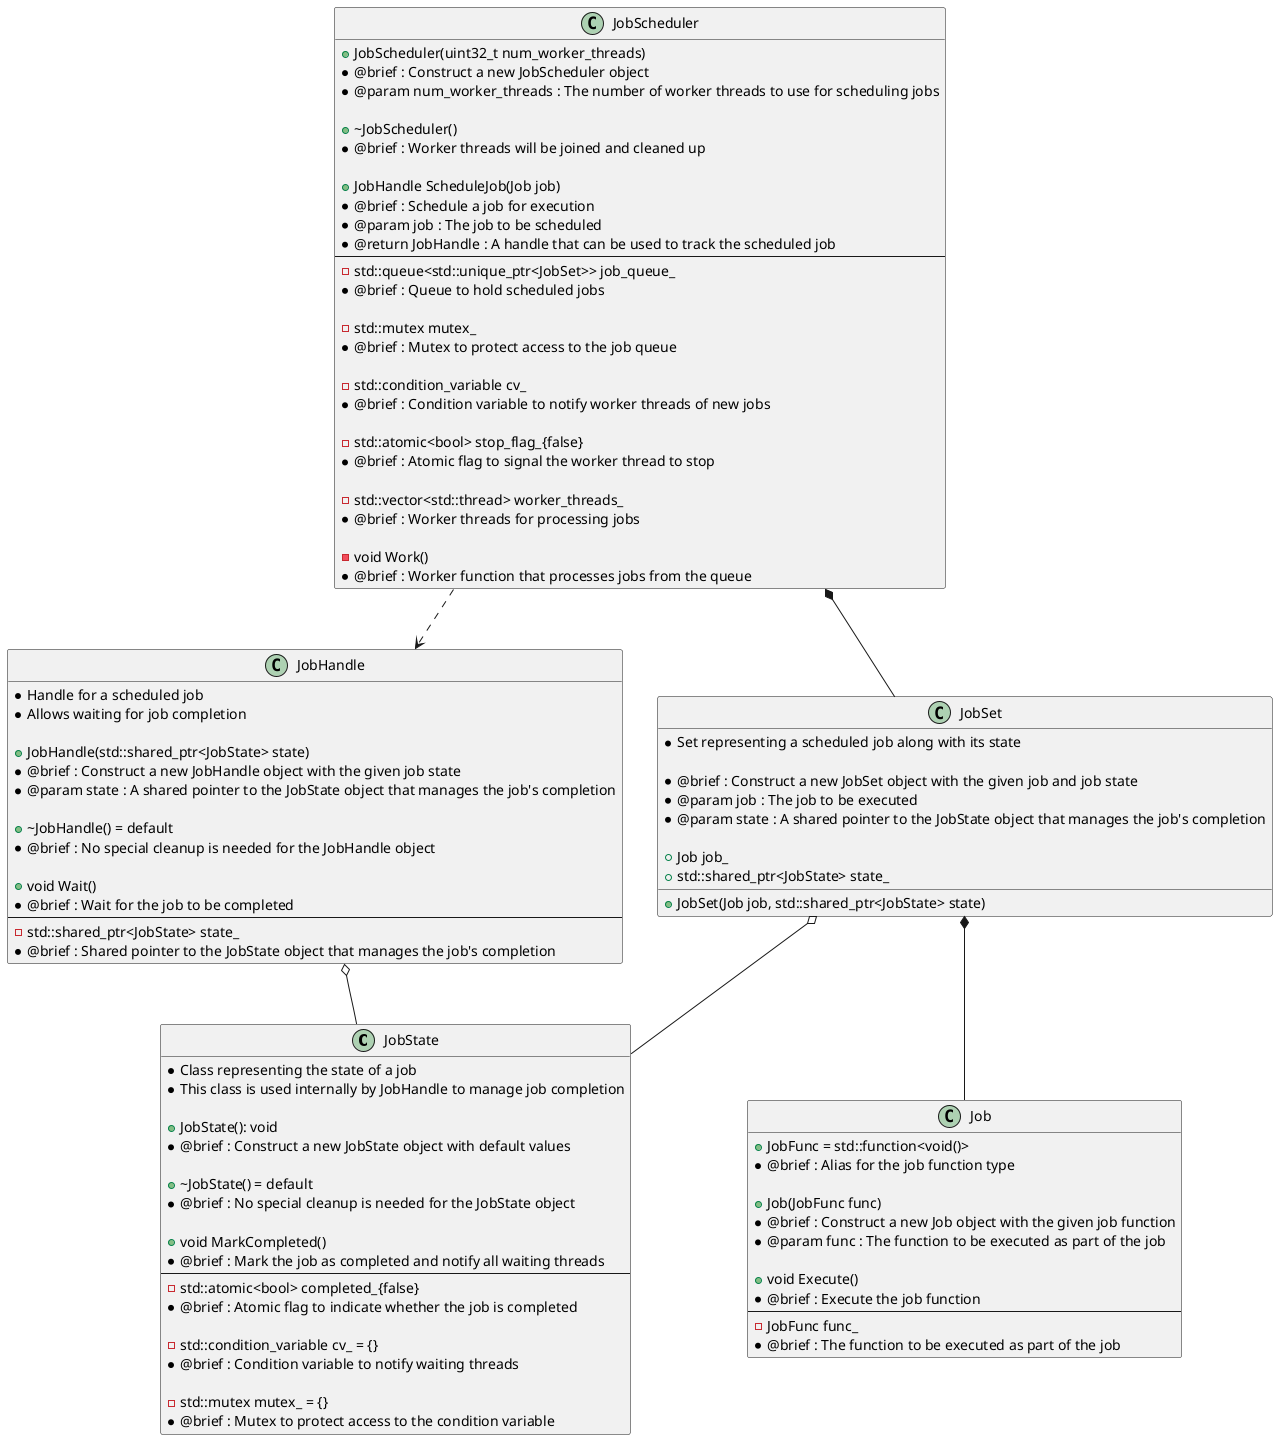
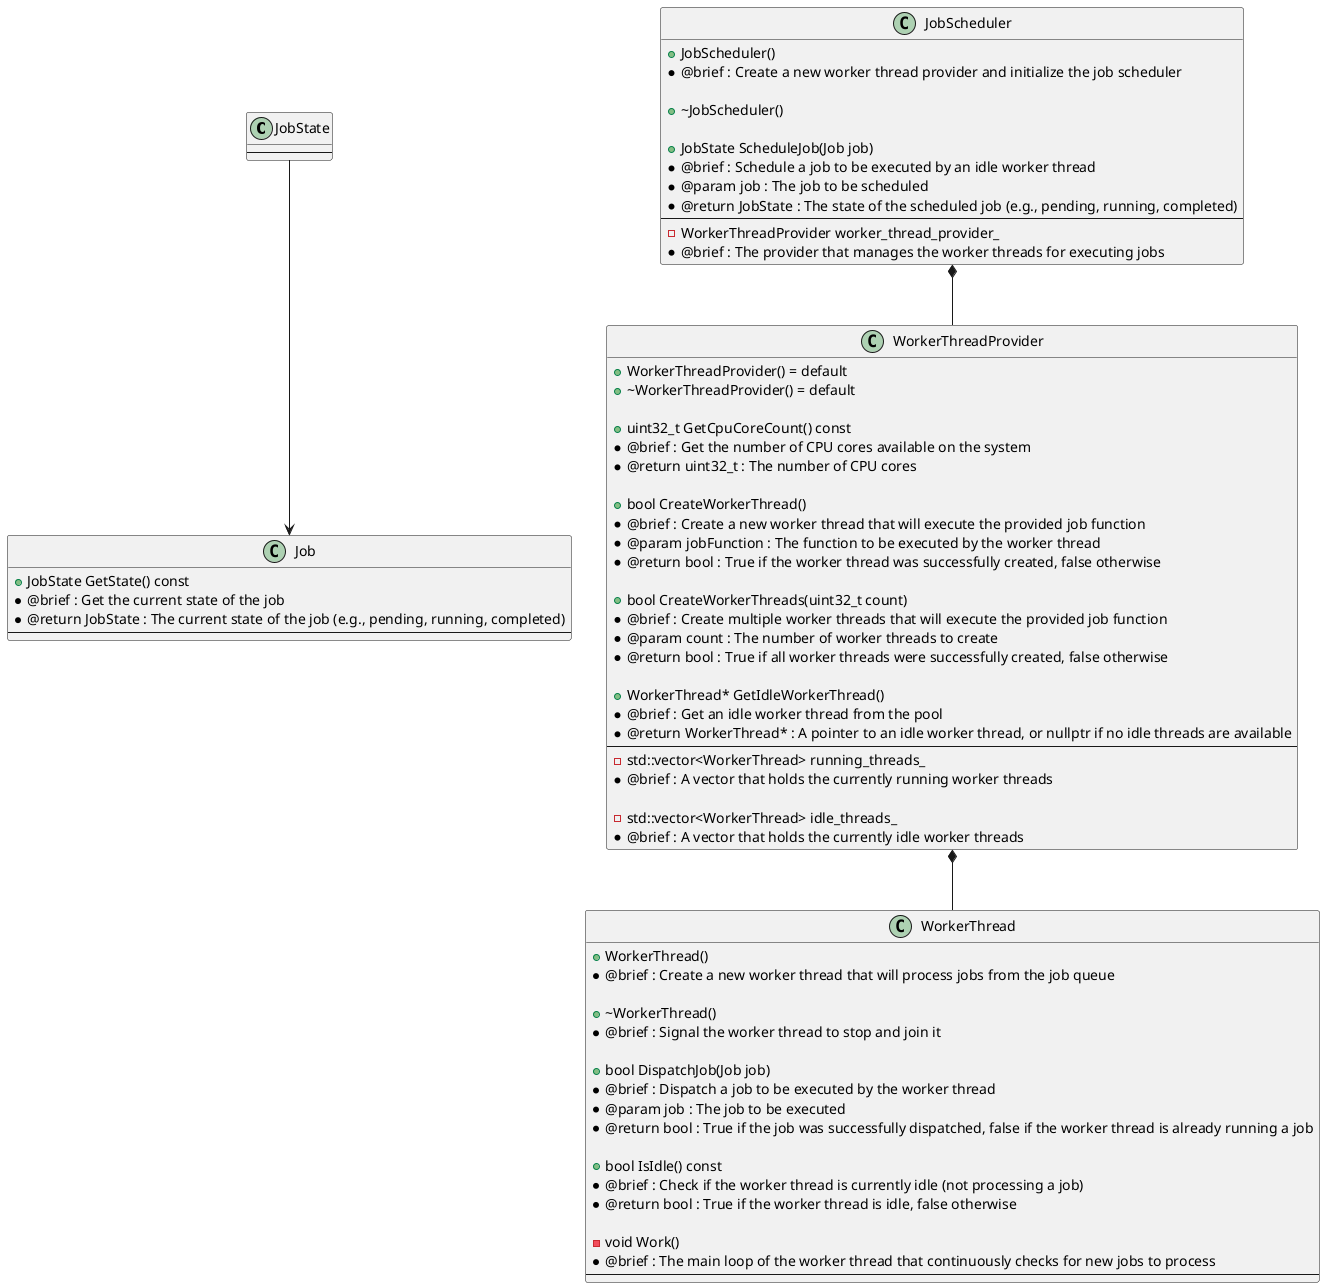
﻿@startuml

class JobState
{
-      * Class representing the state of a job
-      * This class is used internally by JobHandle to manage job completion
- 
-     + JobState(): void
-      * @brief : Construct a new JobState object with default values
- 
-     + ~JobState() = default
-      * @brief : No special cleanup is needed for the JobState object
- 
-     + void MarkCompleted()
-      * @brief : Mark the job as completed and notify all waiting threads
    ---
-     - std::atomic<bool> completed_{false}
-      * @brief : Atomic flag to indicate whether the job is completed
- 
-     - std::condition_variable cv_ = {}
-      * @brief : Condition variable to notify waiting threads
- 
-     - std::mutex mutex_ = {}
-      * @brief : Mutex to protect access to the condition variable
}
- 
- class JobHandle
- {
-     * Handle for a scheduled job
-     * Allows waiting for job completion
- 
-     + JobHandle(std::shared_ptr<JobState> state)
-     * @brief : Construct a new JobHandle object with the given job state
-     * @param state : A shared pointer to the JobState object that manages the job's completion
- 
-     + ~JobHandle() = default
-      * @brief : No special cleanup is needed for the JobHandle object
- 
-     + void Wait()
-      * @brief : Wait for the job to be completed
-     ---
-     - std::shared_ptr<JobState> state_
-      * @brief : Shared pointer to the JobState object that manages the job's completion
- }
- JobHandle o-- JobState
+ JobState --> Job

class Job
{
-     + JobFunc = std::function<void()>
-      * @brief : Alias for the job function type
- 
-     + Job(JobFunc func)
-      * @brief : Construct a new Job object with the given job function
-      * @param func : The function to be executed as part of the job
- 
-     + void Execute()
-      * @brief : Execute the job function
+     + JobState GetState() const
+      * @brief : Get the current state of the job
+      * @return JobState : The current state of the job (e.g., pending, running, completed)
    ---
-     - JobFunc func_
-      * @brief : The function to be executed as part of the job
}

- class JobSet
+ class WorkerThread
{
-      * Set representing a scheduled job along with its state
+     + WorkerThread()
+      * @brief : Create a new worker thread that will process jobs from the job queue

-     + JobSet(Job job, std::shared_ptr<JobState> state)
-      * @brief : Construct a new JobSet object with the given job and job state
+     + ~WorkerThread()
+      * @brief : Signal the worker thread to stop and join it
+ 
+     + bool DispatchJob(Job job)
+      * @brief : Dispatch a job to be executed by the worker thread
     * @param job : The job to be executed
-      * @param state : A shared pointer to the JobState object that manages the job's completion
+      * @return bool : True if the job was successfully dispatched, false if the worker thread is already running a job

-     + Job job_
-     + std::shared_ptr<JobState> state_
+     + bool IsIdle() const
+      * @brief : Check if the worker thread is currently idle (not processing a job)
+      * @return bool : True if the worker thread is idle, false otherwise
+ 
+     - void Work()
+      * @brief : The main loop of the worker thread that continuously checks for new jobs to process
+     ---
}
- JobSet *-- Job
- JobSet o-- JobState
+ 
+ class WorkerThreadProvider
+ {
+     + WorkerThreadProvider() = default
+     + ~WorkerThreadProvider() = default
+ 
+     + uint32_t GetCpuCoreCount() const
+      * @brief : Get the number of CPU cores available on the system
+      * @return uint32_t : The number of CPU cores
+ 
+     + bool CreateWorkerThread()
+      * @brief : Create a new worker thread that will execute the provided job function
+      * @param jobFunction : The function to be executed by the worker thread
+      * @return bool : True if the worker thread was successfully created, false otherwise
+ 
+     + bool CreateWorkerThreads(uint32_t count)
+      * @brief : Create multiple worker threads that will execute the provided job function
+      * @param count : The number of worker threads to create
+      * @return bool : True if all worker threads were successfully created, false otherwise
+ 
+     + WorkerThread* GetIdleWorkerThread()
+      * @brief : Get an idle worker thread from the pool
+      * @return WorkerThread* : A pointer to an idle worker thread, or nullptr if no idle threads are available
+     ---
+     - std::vector<WorkerThread> running_threads_
+      * @brief : A vector that holds the currently running worker threads
+ 
+     - std::vector<WorkerThread> idle_threads_
+      * @brief : A vector that holds the currently idle worker threads
+ }
+ WorkerThreadProvider *-- WorkerThread

class JobScheduler
{
-     + JobScheduler(uint32_t num_worker_threads)
-      * @brief : Construct a new JobScheduler object
-      * @param num_worker_threads : The number of worker threads to use for scheduling jobs
+     + JobScheduler()
+      * @brief : Create a new worker thread provider and initialize the job scheduler

    + ~JobScheduler()
-      * @brief : Worker threads will be joined and cleaned up

-     + JobHandle ScheduleJob(Job job)
-      * @brief : Schedule a job for execution
+     + JobState ScheduleJob(Job job)
+      * @brief : Schedule a job to be executed by an idle worker thread
     * @param job : The job to be scheduled
-      * @return JobHandle : A handle that can be used to track the scheduled job
+      * @return JobState : The state of the scheduled job (e.g., pending, running, completed)
    ---
-     - std::queue<std::unique_ptr<JobSet>> job_queue_
-      * @brief : Queue to hold scheduled jobs
+     - WorkerThreadProvider worker_thread_provider_
+      * @brief : The provider that manages the worker threads for executing jobs
+ }
+ JobScheduler *-- WorkerThreadProvider

-     - std::mutex mutex_
-      * @brief : Mutex to protect access to the job queue
- 
-     - std::condition_variable cv_
-      * @brief : Condition variable to notify worker threads of new jobs
- 
-     - std::atomic<bool> stop_flag_{false}
-      * @brief : Atomic flag to signal the worker thread to stop
- 
-     - std::vector<std::thread> worker_threads_
-      * @brief : Worker threads for processing jobs
- 
-     - void Work()
-      * @brief : Worker function that processes jobs from the queue
- }
- JobScheduler *-- JobSet
- JobScheduler ..> JobHandle

@enduml